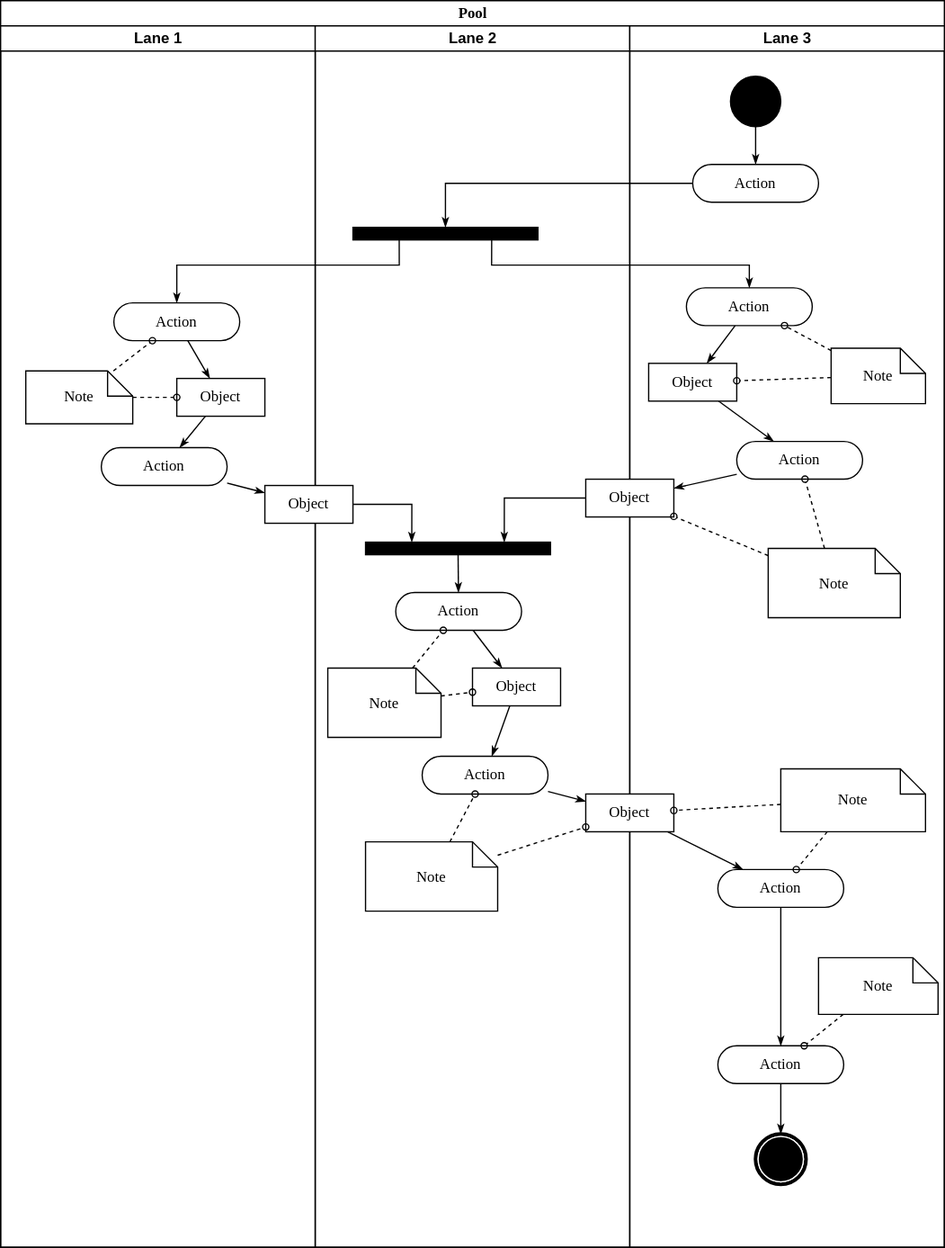
This is Diagrama-Atividades/Configurar_Elevadores.svg from wholocked1/Projeto-2-modelagem, a draw.io export, as it was before one commit. Source tidied: cells renumbered, new cells last; positions are measured from the earlier drawing's top-left corner, leaving out a move shared by most shapes.
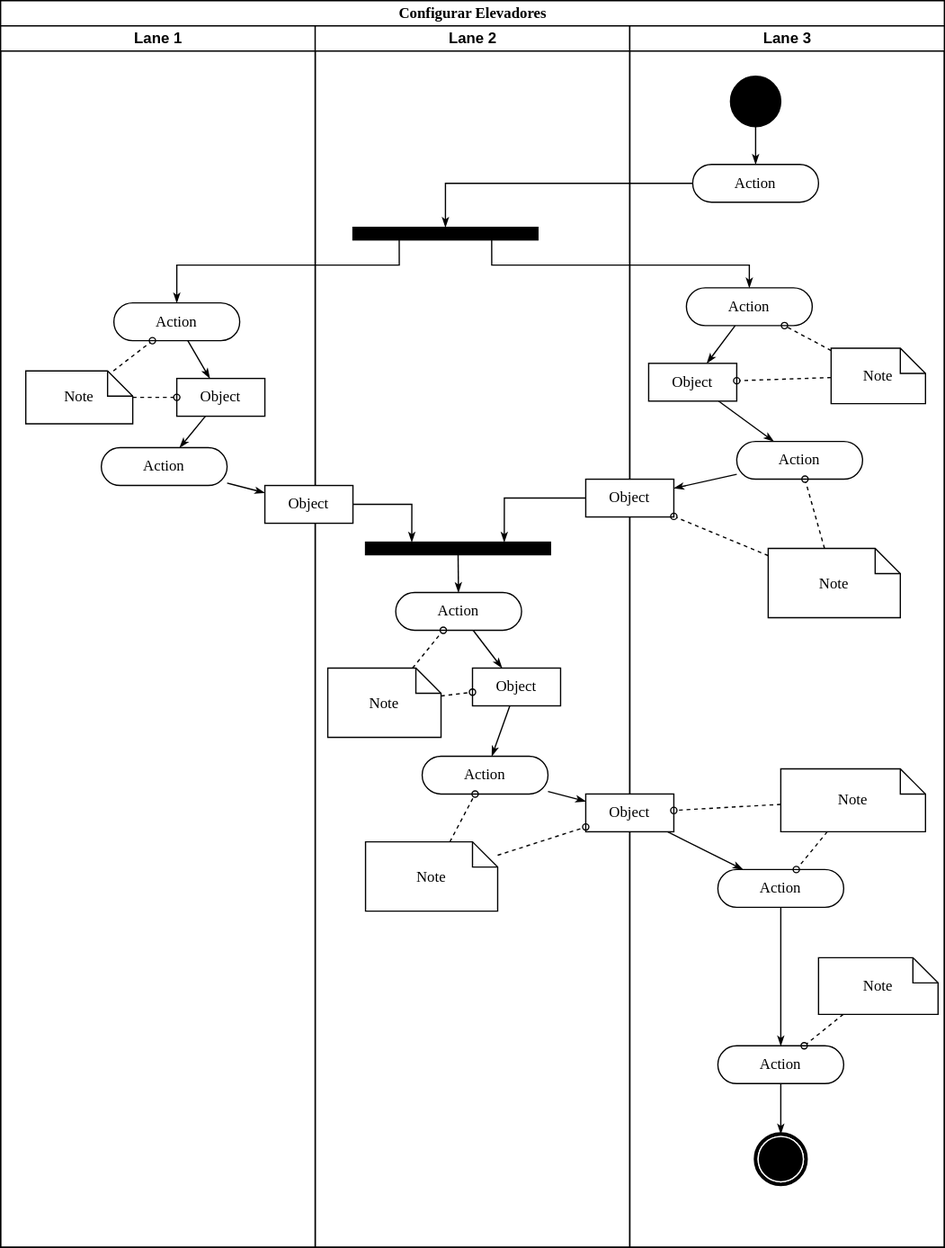
After the change.

Diff of the diagram source:
```diff
@@ -2,7 +2,7 @@
   <root>
     <mxCell id="0" />
     <mxCell id="1" parent="0" />
-    <mxCell id="2" value="Pool" style="swimlane;html=1;startSize=20;rounded=0;shadow=0;comic=0;labelBackgroundColor=none;strokeWidth=1;fontFamily=Verdana;fontSize=12;align=center;" parent="1" vertex="1">
+    <mxCell id="2" value="Configurar Elevadores" style="swimlane;html=1;startSize=20;rounded=0;shadow=0;comic=0;labelBackgroundColor=none;strokeWidth=1;fontFamily=Verdana;fontSize=12;align=center;" parent="1" vertex="1">
       <mxGeometry width="750" height="990" as="geometry" />
     </mxCell>
     <mxCell id="3" value="Lane 1" style="swimlane;html=1;startSize=20;" parent="2" vertex="1">
```
